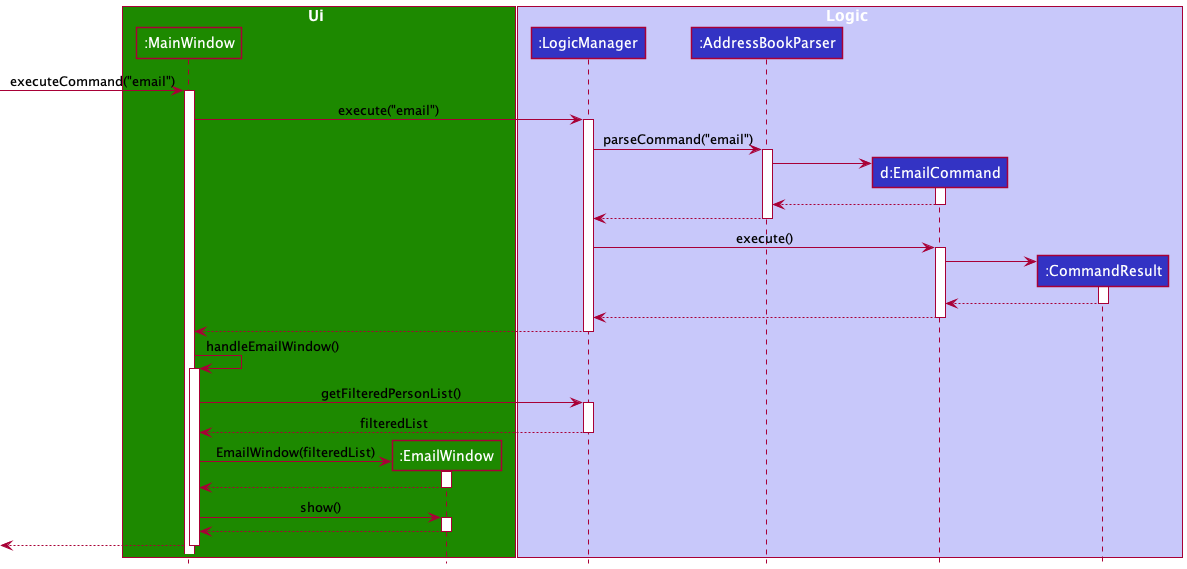
The PlantUML diagram docs/images/EmailSequenceDiagram.png in nus-cs2103-AY2122S2/tp, before a commit.
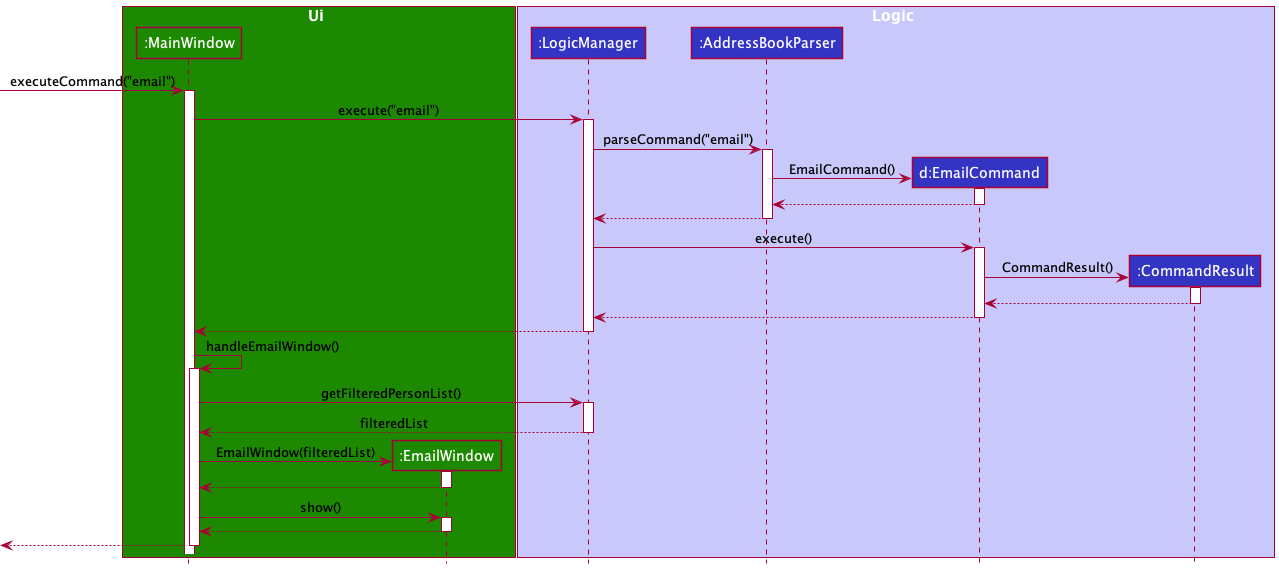
After the commit.

Commit message:
Add object creation labels

What changed in the source:
```diff
@@ -26,7 +26,7 @@
 activate AddressBookParser
 
 create EmailCommand
-AddressBookParser -> EmailCommand
+AddressBookParser -> EmailCommand : EmailCommand()
 activate EmailCommand
 
 EmailCommand --> AddressBookParser
@@ -39,7 +39,7 @@
 activate EmailCommand
 
 create CommandResult
-EmailCommand -> CommandResult
+EmailCommand -> CommandResult : CommandResult()
 activate CommandResult
 
 CommandResult --> EmailCommand
```
